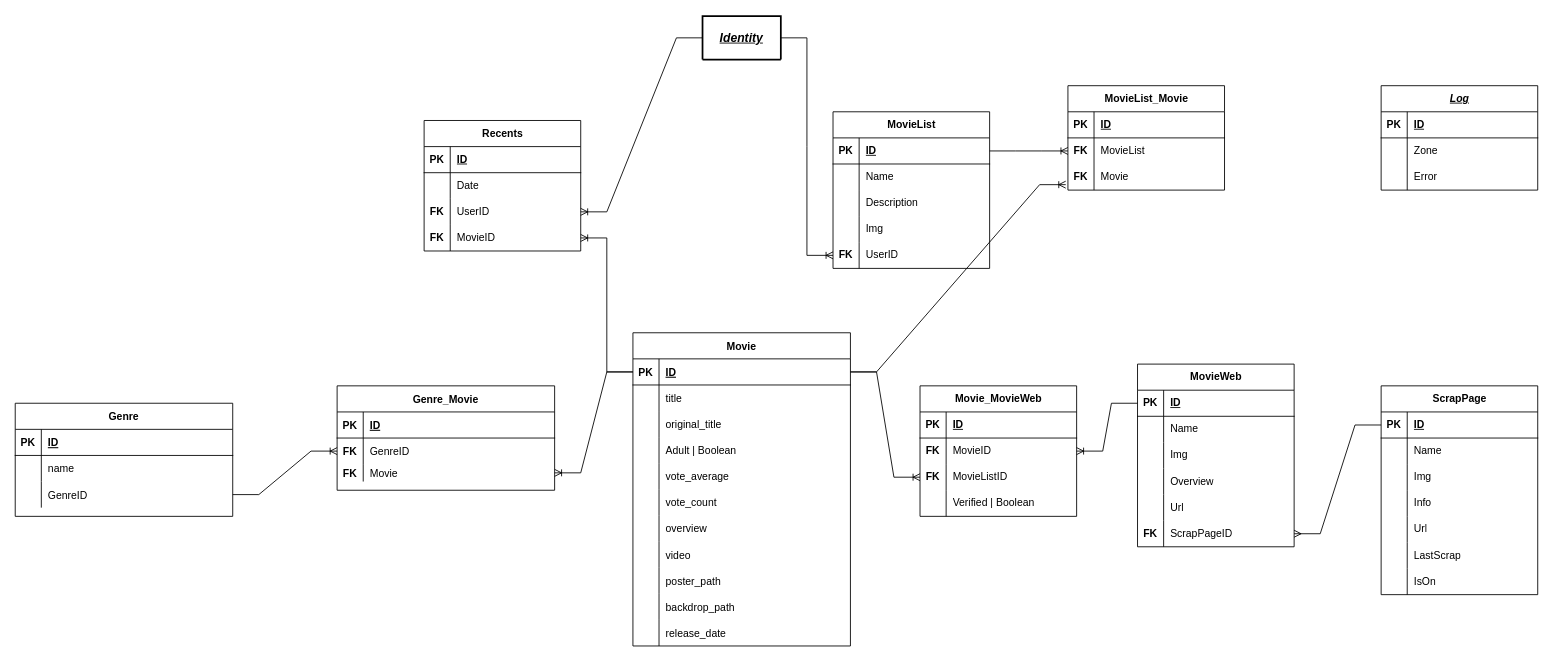
This is DatabaseDiagram.drawio from AbreuHD/KuhakuAPI, a draw.io file, before an edit. Source tidied: cells renumbered, new cells numbered last; positions are measured from the earlier drawing's top-left corner, leaving out a move shared by most shapes. Both pictures are drawn from the tidied source at 87%, with x=0, y=0 at pixel (15, 16).
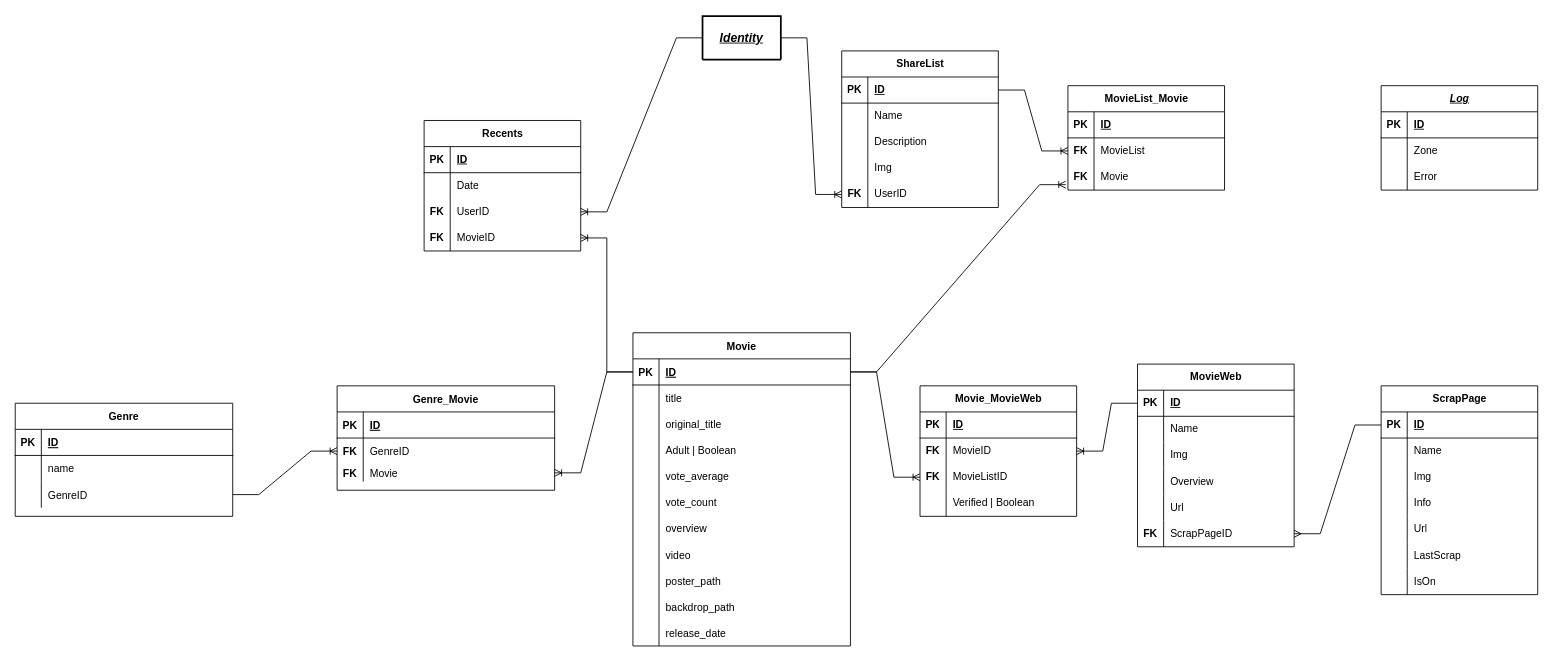
Above is the later version.

What changed in the source:
```diff
@@
-    <mxCell id="127" value="MovieList" style="shape=table;startSize=30;childLayout=tableLayout;rowLines=0;fontStyle=1;align=center;html=1;" parent="1" vertex="1">
-      <mxGeometry x="940" y="110" width="180" height="180" as="geometry" />
+    <mxCell id="127" value="ShareList" style="shape=table;startSize=30;childLayout=tableLayout;rowLines=0;fontStyle=1;align=center;html=1;" parent="1" vertex="1">
+      <mxGeometry x="950" y="40" width="180" height="180" as="geometry" />
     </mxCell>
```
